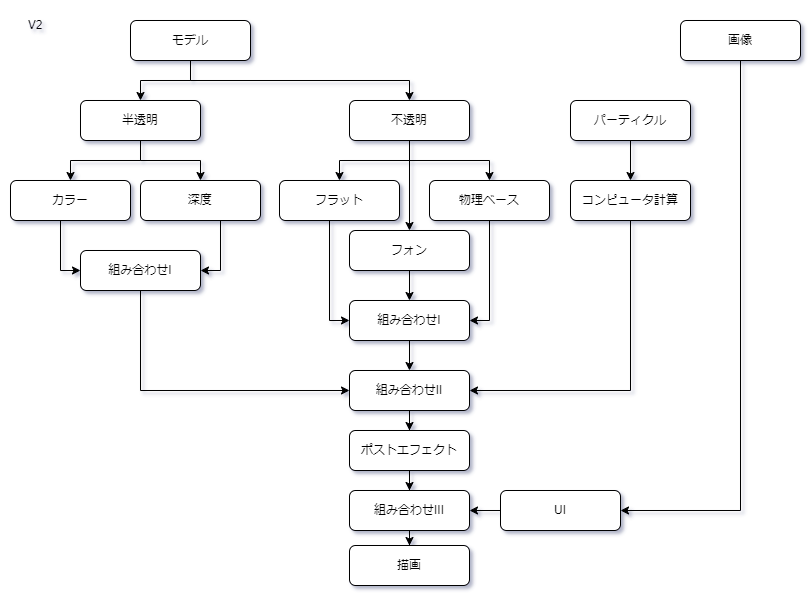
The draw.io diagram assets/images/Pipeline2.png in YevgeniiDimoglo/Portfolio, before a commit. Source tidied: cells renumbered, new cells last; positions are measured from the earlier drawing's top-left corner, leaving out a move shared by most shapes.
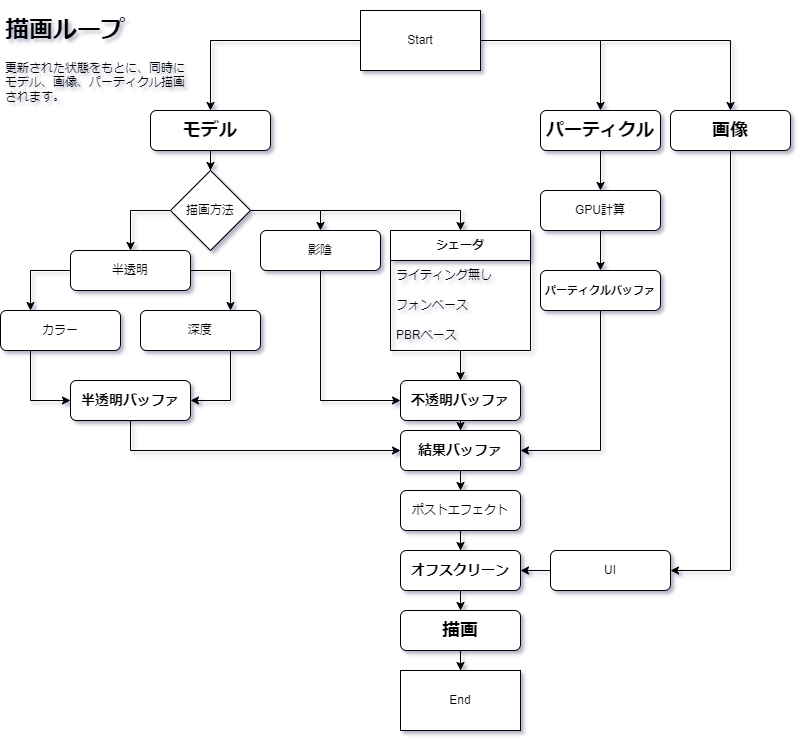
The same diagram one commit later.

What changed in the source:
```diff
@@ -2,149 +2,185 @@
   <root>
     <mxCell id="0" />
     <mxCell id="1" parent="0" />
+    <mxCell id="3" style="edgeStyle=orthogonalEdgeStyle;rounded=0;jettySize=auto;html=1;entryX=0.75;entryY=0;entryDx=0;entryDy=0;" parent="1" edge="1" source="4" target="12">
+      <mxGeometry relative="1" as="geometry">
+        <Array as="points">
+          <mxPoint x="240" y="270" />
+        </Array>
+      </mxGeometry>
+    </mxCell>
-    <mxCell id="2" style="edgeStyle=orthogonalEdgeStyle;rounded=0;jettySize=auto;html=1;entryX=0.5;entryY=0;entryDx=0;entryDy=0;" parent="1" edge="1" source="4" target="30">
-      <mxGeometry relative="1" as="geometry" />
+    <mxCell id="2" style="edgeStyle=orthogonalEdgeStyle;rounded=0;jettySize=auto;html=1;entryX=0.25;entryY=0;entryDx=0;entryDy=0;" parent="1" edge="1" source="4" target="30">
+      <mxGeometry relative="1" as="geometry">
+        <Array as="points">
+          <mxPoint x="40" y="270" />
+        </Array>
+      </mxGeometry>
     </mxCell>
-    <mxCell id="3" style="edgeStyle=orthogonalEdgeStyle;rounded=0;jettySize=auto;html=1;entryX=0.5;entryY=0;entryDx=0;entryDy=0;" parent="1" edge="1" source="4" target="12">
-      <mxGeometry relative="1" as="geometry" />
-    </mxCell>
     <mxCell id="4" value="半透明" style="rounded=1;whiteSpace=wrap;html=1;fontSize=12;glass=0;strokeWidth=1;shadow=0;" parent="1" vertex="1">
-      <mxGeometry x="80" y="100" width="120" height="40" as="geometry" />
+      <mxGeometry x="80" y="250" width="120" height="40" as="geometry" />
     </mxCell>
-    <mxCell id="5" style="edgeStyle=orthogonalEdgeStyle;rounded=0;jettySize=auto;html=1;entryX=0.5;entryY=0;entryDx=0;entryDy=0;" parent="1" edge="1" source="8" target="24">
-      <mxGeometry relative="1" as="geometry" />
-    </mxCell>
-    <mxCell id="6" style="edgeStyle=orthogonalEdgeStyle;rounded=0;jettySize=auto;html=1;entryX=0.5;entryY=0;entryDx=0;entryDy=0;" parent="1" edge="1" source="8" target="26">
-      <mxGeometry relative="1" as="geometry" />
-    </mxCell>
-    <mxCell id="7" style="edgeStyle=orthogonalEdgeStyle;rounded=0;jettySize=auto;html=1;entryX=0.5;entryY=0;entryDx=0;entryDy=0;" parent="1" edge="1" source="8" target="16">
-      <mxGeometry relative="1" as="geometry" />
-    </mxCell>
-    <mxCell id="8" value="不透明" style="rounded=1;whiteSpace=wrap;html=1;fontSize=12;glass=0;strokeWidth=1;shadow=0;" parent="1" vertex="1">
-      <mxGeometry x="349" y="100" width="120" height="40" as="geometry" />
-    </mxCell>
     <mxCell id="9" style="edgeStyle=orthogonalEdgeStyle;rounded=0;jettySize=auto;html=1;" parent="1" edge="1" source="10" target="14">
       <mxGeometry relative="1" as="geometry" />
     </mxCell>
-    <mxCell id="10" value="パーティクル" style="rounded=1;whiteSpace=wrap;html=1;fontSize=12;glass=0;strokeWidth=1;shadow=0;" parent="1" vertex="1">
-      <mxGeometry x="570" y="100" width="120" height="40" as="geometry" />
+    <mxCell id="10" value="&lt;b&gt;&lt;font style=&quot;font-size: 18px;&quot;&gt;パーティクル&lt;/font&gt;&lt;/b&gt;" style="rounded=1;whiteSpace=wrap;html=1;fontSize=12;glass=0;strokeWidth=1;shadow=0;" parent="1" vertex="1">
+      <mxGeometry x="550" y="110" width="120" height="40" as="geometry" />
     </mxCell>
-    <mxCell id="11" style="edgeStyle=orthogonalEdgeStyle;rounded=0;jettySize=auto;html=1;entryX=1;entryY=0.5;entryDx=0;entryDy=0;" parent="1" edge="1" source="12" target="32">
+    <mxCell id="11" style="edgeStyle=orthogonalEdgeStyle;rounded=0;jettySize=auto;html=1;entryX=1;entryY=0.5;entryDx=0;entryDy=0;exitX=0.75;exitY=1;exitDx=0;exitDy=0;" parent="1" edge="1" source="12" target="32">
       <mxGeometry relative="1" as="geometry">
         <Array as="points">
-          <mxPoint x="220" y="270" />
+          <mxPoint x="240" y="400" />
         </Array>
       </mxGeometry>
     </mxCell>
     <mxCell id="12" value="深度" style="rounded=1;whiteSpace=wrap;html=1;fontSize=12;glass=0;strokeWidth=1;shadow=0;" parent="1" vertex="1">
-      <mxGeometry x="140" y="180" width="120" height="40" as="geometry" />
+      <mxGeometry x="150" y="310" width="120" height="40" as="geometry" />
     </mxCell>
-    <mxCell id="13" style="edgeStyle=orthogonalEdgeStyle;rounded=0;jettySize=auto;html=1;entryX=1;entryY=0.5;entryDx=0;entryDy=0;" parent="1" edge="1" source="14" target="34">
-      <mxGeometry relative="1" as="geometry">
-        <Array as="points">
-          <mxPoint x="630" y="390" />
-        </Array>
-      </mxGeometry>
-    </mxCell>
+    <mxCell id="42" style="edgeStyle=orthogonalEdgeStyle;rounded=0;jettySize=auto;html=1;" parent="1" edge="1" source="14" target="63">
+      <mxGeometry relative="1" as="geometry" />
+    </mxCell>
-    <mxCell id="14" value="コンピュータ計算" style="rounded=1;whiteSpace=wrap;html=1;fontSize=12;glass=0;strokeWidth=1;shadow=0;" parent="1" vertex="1">
-      <mxGeometry x="570" y="180" width="120" height="40" as="geometry" />
+    <mxCell id="14" value="GPU計算" style="rounded=1;whiteSpace=wrap;html=1;fontSize=12;glass=0;strokeWidth=1;shadow=0;" parent="1" vertex="1">
+      <mxGeometry x="550" y="190" width="120" height="40" as="geometry" />
     </mxCell>
-    <mxCell id="15" style="edgeStyle=orthogonalEdgeStyle;rounded=0;jettySize=auto;html=1;entryX=0;entryY=0.5;entryDx=0;entryDy=0;" parent="1" edge="1" source="16" target="20">
-      <mxGeometry relative="1" as="geometry">
-        <Array as="points">
-          <mxPoint x="329" y="320" />
-        </Array>
-      </mxGeometry>
-    </mxCell>
-    <mxCell id="16" value="フラット" style="rounded=1;whiteSpace=wrap;html=1;fontSize=12;glass=0;strokeWidth=1;shadow=0;" parent="1" vertex="1">
-      <mxGeometry x="279" y="180" width="120" height="40" as="geometry" />
-    </mxCell>
-    <mxCell id="17" style="edgeStyle=orthogonalEdgeStyle;rounded=0;jettySize=auto;html=1;entryX=0.5;entryY=0;entryDx=0;entryDy=0;" parent="1" edge="1" source="18" target="4">
-      <mxGeometry relative="1" as="geometry" />
-    </mxCell>
-    <mxCell id="18" value="モデル" style="rounded=1;whiteSpace=wrap;html=1;fontSize=12;glass=0;strokeWidth=1;shadow=0;" parent="1" vertex="1">
-      <mxGeometry x="130" y="20" width="120" height="40" as="geometry" />
-    </mxCell>
     <mxCell id="19" style="edgeStyle=orthogonalEdgeStyle;rounded=0;jettySize=auto;html=1;entryX=0.5;entryY=0;entryDx=0;entryDy=0;" parent="1" edge="1" source="20" target="34">
       <mxGeometry relative="1" as="geometry" />
     </mxCell>
-    <mxCell id="20" value="組み合わせI" style="rounded=1;whiteSpace=wrap;html=1;fontSize=12;glass=0;strokeWidth=1;shadow=0;" parent="1" vertex="1">
-      <mxGeometry x="349" y="300" width="120" height="40" as="geometry" />
+    <mxCell id="20" value="&lt;b&gt;&lt;font style=&quot;font-size: 14px;&quot;&gt;不透明バッファ&lt;/font&gt;&lt;/b&gt;" style="rounded=1;whiteSpace=wrap;html=1;fontSize=12;glass=0;strokeWidth=1;shadow=0;" parent="1" vertex="1">
+      <mxGeometry x="410" y="380" width="120" height="40" as="geometry" />
     </mxCell>
-    <mxCell id="21" value="V2" style="text;strokeColor=none;align=center;fillColor=none;html=1;verticalAlign=middle;whiteSpace=wrap;rounded=0;" parent="1" vertex="1">
-      <mxGeometry width="70" height="50" as="geometry" />
-    </mxCell>
-    <mxCell id="22" style="edgeStyle=orthogonalEdgeStyle;rounded=0;jettySize=auto;html=1;entryX=0.5;entryY=0;entryDx=0;entryDy=0;exitX=0.5;exitY=1;exitDx=0;exitDy=0;" parent="1" edge="1" source="18" target="8">
-      <mxGeometry relative="1" as="geometry" />
-    </mxCell>
-    <mxCell id="23" style="edgeStyle=orthogonalEdgeStyle;rounded=0;jettySize=auto;html=1;entryX=0.5;entryY=0;entryDx=0;entryDy=0;" parent="1" edge="1" source="24" target="20">
-      <mxGeometry relative="1" as="geometry" />
-    </mxCell>
-    <mxCell id="24" value="フォン" style="rounded=1;whiteSpace=wrap;html=1;fontSize=12;glass=0;strokeWidth=1;shadow=0;" parent="1" vertex="1">
-      <mxGeometry x="349" y="230" width="120" height="40" as="geometry" />
-    </mxCell>
-    <mxCell id="25" style="edgeStyle=orthogonalEdgeStyle;rounded=0;jettySize=auto;html=1;entryX=1;entryY=0.5;entryDx=0;entryDy=0;" parent="1" edge="1" source="26" target="20">
-      <mxGeometry relative="1" as="geometry" />
-    </mxCell>
-    <mxCell id="26" value="物理ベース" style="rounded=1;whiteSpace=wrap;html=1;fontSize=12;glass=0;strokeWidth=1;shadow=0;" parent="1" vertex="1">
-      <mxGeometry x="429" y="180" width="120" height="40" as="geometry" />
-    </mxCell>
     <mxCell id="27" style="edgeStyle=orthogonalEdgeStyle;rounded=0;jettySize=auto;html=1;entryX=1;entryY=0.5;entryDx=0;entryDy=0;" parent="1" edge="1" source="28" target="38">
-      <mxGeometry relative="1" as="geometry">
-        <Array as="points">
-          <mxPoint x="740" y="510" />
-        </Array>
-      </mxGeometry>
+      <mxGeometry relative="1" as="geometry" />
     </mxCell>
-    <mxCell id="28" value="画像" style="rounded=1;whiteSpace=wrap;html=1;fontSize=12;glass=0;strokeWidth=1;shadow=0;" parent="1" vertex="1">
-      <mxGeometry x="680" y="20" width="120" height="40" as="geometry" />
+    <mxCell id="28" value="&lt;b&gt;&lt;font style=&quot;font-size: 18px;&quot;&gt;画像&lt;/font&gt;&lt;/b&gt;" style="rounded=1;whiteSpace=wrap;html=1;fontSize=12;glass=0;strokeWidth=1;shadow=0;" parent="1" vertex="1">
+      <mxGeometry x="680" y="110" width="120" height="40" as="geometry" />
     </mxCell>
-    <mxCell id="29" style="edgeStyle=orthogonalEdgeStyle;rounded=0;jettySize=auto;html=1;entryX=0;entryY=0.5;entryDx=0;entryDy=0;" parent="1" edge="1" source="30" target="32">
+    <mxCell id="29" style="edgeStyle=orthogonalEdgeStyle;rounded=0;jettySize=auto;html=1;entryX=0;entryY=0.5;entryDx=0;entryDy=0;exitX=0.25;exitY=1;exitDx=0;exitDy=0;" parent="1" edge="1" source="30" target="32">
       <mxGeometry relative="1" as="geometry">
         <Array as="points">
-          <mxPoint x="60" y="270" />
+          <mxPoint x="40" y="400" />
         </Array>
       </mxGeometry>
     </mxCell>
     <mxCell id="30" value="カラー" style="rounded=1;whiteSpace=wrap;html=1;fontSize=12;glass=0;strokeWidth=1;shadow=0;" parent="1" vertex="1">
-      <mxGeometry x="10" y="180" width="120" height="40" as="geometry" />
+      <mxGeometry x="10" y="310" width="120" height="40" as="geometry" />
     </mxCell>
     <mxCell id="31" style="edgeStyle=orthogonalEdgeStyle;rounded=0;jettySize=auto;html=1;entryX=0;entryY=0.5;entryDx=0;entryDy=0;" parent="1" edge="1" source="32" target="34">
       <mxGeometry relative="1" as="geometry">
         <Array as="points">
-          <mxPoint x="140" y="390" />
+          <mxPoint x="140" y="450" />
         </Array>
       </mxGeometry>
     </mxCell>
-    <mxCell id="32" value="組み合わせI" style="rounded=1;whiteSpace=wrap;html=1;fontSize=12;glass=0;strokeWidth=1;shadow=0;" parent="1" vertex="1">
-      <mxGeometry x="80" y="250" width="120" height="40" as="geometry" />
+    <mxCell id="32" value="&lt;b&gt;&lt;font style=&quot;font-size: 14px;&quot;&gt;半透明バッファ&lt;/font&gt;&lt;/b&gt;" style="rounded=1;whiteSpace=wrap;html=1;fontSize=12;glass=0;strokeWidth=1;shadow=0;" parent="1" vertex="1">
+      <mxGeometry x="80" y="380" width="120" height="40" as="geometry" />
     </mxCell>
     <mxCell id="33" style="edgeStyle=orthogonalEdgeStyle;rounded=0;jettySize=auto;html=1;" parent="1" edge="1" source="34" target="36">
       <mxGeometry relative="1" as="geometry" />
     </mxCell>
-    <mxCell id="34" value="組み合わせII" style="rounded=1;whiteSpace=wrap;html=1;fontSize=12;glass=0;strokeWidth=1;shadow=0;" parent="1" vertex="1">
-      <mxGeometry x="349" y="370" width="120" height="40" as="geometry" />
+    <mxCell id="34" value="&lt;span style=&quot;font-size: 14px;&quot;&gt;&lt;b&gt;結果バッファ&lt;/b&gt;&lt;/span&gt;" style="rounded=1;whiteSpace=wrap;html=1;fontSize=12;glass=0;strokeWidth=1;shadow=0;" parent="1" vertex="1">
+      <mxGeometry x="410" y="430" width="120" height="40" as="geometry" />
     </mxCell>
     <mxCell id="35" style="edgeStyle=orthogonalEdgeStyle;rounded=0;jettySize=auto;html=1;entryX=0.5;entryY=0;entryDx=0;entryDy=0;" parent="1" edge="1" source="36" target="40">
       <mxGeometry relative="1" as="geometry" />
     </mxCell>
     <mxCell id="36" value="ポストエフェクト" style="rounded=1;whiteSpace=wrap;html=1;fontSize=12;glass=0;strokeWidth=1;shadow=0;" parent="1" vertex="1">
-      <mxGeometry x="349" y="430" width="120" height="40" as="geometry" />
+      <mxGeometry x="410" y="490" width="120" height="40" as="geometry" />
     </mxCell>
     <mxCell id="37" style="edgeStyle=orthogonalEdgeStyle;rounded=0;jettySize=auto;html=1;entryX=1;entryY=0.5;entryDx=0;entryDy=0;" parent="1" edge="1" source="38" target="40">
       <mxGeometry relative="1" as="geometry" />
     </mxCell>
     <mxCell id="38" value="UI" style="rounded=1;whiteSpace=wrap;html=1;fontSize=12;glass=0;strokeWidth=1;shadow=0;" parent="1" vertex="1">
-      <mxGeometry x="500" y="490" width="120" height="40" as="geometry" />
+      <mxGeometry x="560" y="550" width="120" height="40" as="geometry" />
     </mxCell>
-    <mxCell id="39" style="edgeStyle=orthogonalEdgeStyle;rounded=0;jettySize=auto;html=1;" parent="1" edge="1" source="40" target="41">
+    <mxCell id="39" style="edgeStyle=orthogonalEdgeStyle;rounded=0;jettySize=auto;html=1;entryX=0.5;entryY=0;entryDx=0;entryDy=0;" parent="1" edge="1" source="40" target="41">
       <mxGeometry relative="1" as="geometry" />
     </mxCell>
-    <mxCell id="40" value="組み合わせIII" style="rounded=1;whiteSpace=wrap;html=1;fontSize=12;glass=0;strokeWidth=1;shadow=0;" parent="1" vertex="1">
-      <mxGeometry x="349" y="490" width="120" height="40" as="geometry" />
+    <mxCell id="40" value="&lt;b&gt;&lt;font style=&quot;font-size: 14px;&quot;&gt;オフスクリーン&lt;/font&gt;&lt;/b&gt;" style="rounded=1;whiteSpace=wrap;html=1;fontSize=12;glass=0;strokeWidth=1;shadow=0;" parent="1" vertex="1">
+      <mxGeometry x="410" y="550" width="120" height="40" as="geometry" />
     </mxCell>
+    <mxCell id="43" style="edgeStyle=orthogonalEdgeStyle;rounded=0;jettySize=auto;html=1;entryX=0.5;entryY=0;entryDx=0;entryDy=0;" parent="1" edge="1" source="41" target="56">
+      <mxGeometry relative="1" as="geometry" />
+    </mxCell>
-    <mxCell id="41" value="描画" style="rounded=1;whiteSpace=wrap;html=1;fontSize=12;glass=0;strokeWidth=1;shadow=0;" parent="1" vertex="1">
-      <mxGeometry x="349" y="545" width="120" height="40" as="geometry" />
+    <mxCell id="41" value="&lt;font style=&quot;font-size: 18px;&quot;&gt;&lt;b&gt;描画&lt;/b&gt;&lt;/font&gt;" style="rounded=1;whiteSpace=wrap;html=1;fontSize=12;glass=0;strokeWidth=1;shadow=0;" parent="1" vertex="1">
+      <mxGeometry x="410" y="610" width="120" height="40" as="geometry" />
     </mxCell>
+    <mxCell id="44" style="edgeStyle=orthogonalEdgeStyle;rounded=0;jettySize=auto;html=1;entryX=0;entryY=0.5;entryDx=0;entryDy=0;" parent="1" edge="1" source="45" target="20">
+      <mxGeometry relative="1" as="geometry">
+        <Array as="points">
+          <mxPoint x="330" y="400" />
+        </Array>
+      </mxGeometry>
+    </mxCell>
+    <mxCell id="45" value="影陰" style="rounded=1;whiteSpace=wrap;html=1;fontSize=12;glass=0;strokeWidth=1;shadow=0;" parent="1" vertex="1">
+      <mxGeometry x="270" y="230" width="120" height="40" as="geometry" />
+    </mxCell>
+    <mxCell id="46" value="&lt;h1&gt;描画ループ&lt;/h1&gt;&lt;p&gt;更新された状態をもとに、同時にモデル、画像、パーティクル描画されます。&lt;br&gt;&lt;/p&gt;" style="text;html=1;strokeColor=none;fillColor=none;spacing=5;spacingTop=-20;whiteSpace=wrap;overflow=hidden;rounded=0;" parent="1" vertex="1">
+      <mxGeometry x="10" y="10" width="190" height="120" as="geometry" />
+    </mxCell>
+    <mxCell id="47" style="edgeStyle=orthogonalEdgeStyle;rounded=0;jettySize=auto;html=1;entryX=0.5;entryY=0;entryDx=0;entryDy=0;" parent="1" edge="1" source="48" target="20">
+      <mxGeometry relative="1" as="geometry" />
+    </mxCell>
+    <mxCell id="48" value="&lt;b&gt;シェーダ&lt;/b&gt;" style="swimlane;fontStyle=0;horizontal=1;startSize=30;whiteSpace=wrap;html=1;" parent="1" vertex="1">
+      <mxGeometry x="400" y="230" width="140" height="120" as="geometry" />
+    </mxCell>
+    <mxCell id="49" value="ライティング無し" style="text;strokeColor=none;fillColor=none;align=left;verticalAlign=middle;spacingLeft=4;spacingRight=4;overflow=hidden;whiteSpace=wrap;html=1;" parent="48" vertex="1">
+      <mxGeometry y="30" width="140" height="30" as="geometry" />
+    </mxCell>
+    <mxCell id="50" value="フォンベース" style="text;strokeColor=none;fillColor=none;align=left;verticalAlign=middle;spacingLeft=4;spacingRight=4;overflow=hidden;whiteSpace=wrap;html=1;" parent="48" vertex="1">
+      <mxGeometry y="60" width="140" height="30" as="geometry" />
+    </mxCell>
+    <mxCell id="51" value="PBRベース" style="text;strokeColor=none;fillColor=none;align=left;verticalAlign=middle;spacingLeft=4;spacingRight=4;overflow=hidden;whiteSpace=wrap;html=1;" parent="48" vertex="1">
+      <mxGeometry y="90" width="140" height="30" as="geometry" />
+    </mxCell>
+    <mxCell id="52" style="edgeStyle=orthogonalEdgeStyle;rounded=0;jettySize=auto;html=1;entryX=0.5;entryY=0;entryDx=0;entryDy=0;" parent="1" edge="1" source="55" target="10">
+      <mxGeometry relative="1" as="geometry" />
+    </mxCell>
+    <mxCell id="53" style="edgeStyle=orthogonalEdgeStyle;rounded=0;jettySize=auto;html=1;entryX=0.5;entryY=0;entryDx=0;entryDy=0;" parent="1" edge="1" source="55" target="28">
+      <mxGeometry relative="1" as="geometry" />
+    </mxCell>
+    <mxCell id="54" style="edgeStyle=orthogonalEdgeStyle;rounded=0;jettySize=auto;html=1;entryX=0.5;entryY=0;entryDx=0;entryDy=0;" parent="1" edge="1" source="55" target="18">
+      <mxGeometry relative="1" as="geometry" />
+    </mxCell>
+    <mxCell id="55" value="Start" style="rounded=0;whiteSpace=wrap;html=1;" parent="1" vertex="1">
+      <mxGeometry x="370" y="10" width="120" height="60" as="geometry" />
+    </mxCell>
+    <mxCell id="56" value="End" style="rounded=0;whiteSpace=wrap;html=1;" parent="1" vertex="1">
+      <mxGeometry x="410" y="670" width="120" height="60" as="geometry" />
+    </mxCell>
+    <mxCell id="57" style="edgeStyle=orthogonalEdgeStyle;rounded=0;jettySize=auto;html=1;entryX=0.5;entryY=0;entryDx=0;entryDy=0;" parent="1" edge="1" source="18" target="61">
+      <mxGeometry relative="1" as="geometry" />
+    </mxCell>
+    <mxCell id="18" value="&lt;b&gt;&lt;font style=&quot;font-size: 18px;&quot;&gt;モデル&lt;/font&gt;&lt;/b&gt;" style="rounded=1;whiteSpace=wrap;html=1;fontSize=12;glass=0;strokeWidth=1;shadow=0;" parent="1" vertex="1">
+      <mxGeometry x="160" y="110" width="120" height="40" as="geometry" />
+    </mxCell>
+    <mxCell id="58" style="edgeStyle=orthogonalEdgeStyle;rounded=0;jettySize=auto;html=1;entryX=0.5;entryY=0;entryDx=0;entryDy=0;" parent="1" edge="1" source="61" target="4">
+      <mxGeometry relative="1" as="geometry">
+        <Array as="points">
+          <mxPoint x="140" y="210" />
+        </Array>
+      </mxGeometry>
+    </mxCell>
+    <mxCell id="59" style="edgeStyle=orthogonalEdgeStyle;rounded=0;jettySize=auto;html=1;entryX=0.5;entryY=0;entryDx=0;entryDy=0;" parent="1" edge="1" source="61" target="48">
+      <mxGeometry relative="1" as="geometry" />
+    </mxCell>
+    <mxCell id="60" style="edgeStyle=orthogonalEdgeStyle;rounded=0;jettySize=auto;html=1;entryX=0.5;entryY=0;entryDx=0;entryDy=0;" parent="1" edge="1" source="61" target="45">
+      <mxGeometry relative="1" as="geometry">
+        <Array as="points">
+          <mxPoint x="330" y="210" />
+        </Array>
+      </mxGeometry>
+    </mxCell>
+    <mxCell id="61" value="描画方法" style="rhombus;whiteSpace=wrap;html=1;" parent="1" vertex="1">
+      <mxGeometry x="180" y="170" width="80" height="80" as="geometry" />
+    </mxCell>
+    <mxCell id="62" style="edgeStyle=orthogonalEdgeStyle;rounded=0;jettySize=auto;html=1;entryX=1;entryY=0.5;entryDx=0;entryDy=0;" parent="1" edge="1" source="63" target="34">
+      <mxGeometry relative="1" as="geometry">
+        <Array as="points">
+          <mxPoint x="610" y="450" />
+        </Array>
+      </mxGeometry>
+    </mxCell>
+    <mxCell id="63" value="&lt;font style=&quot;font-size: 11px;&quot;&gt;&lt;b&gt;パーティクルバッファ&lt;/b&gt;&lt;/font&gt;" style="rounded=1;whiteSpace=wrap;html=1;fontSize=12;glass=0;strokeWidth=1;shadow=0;" parent="1" vertex="1">
+      <mxGeometry x="550" y="270" width="120" height="40" as="geometry" />
+    </mxCell>
   </root>
 </mxGraphModel>
```
